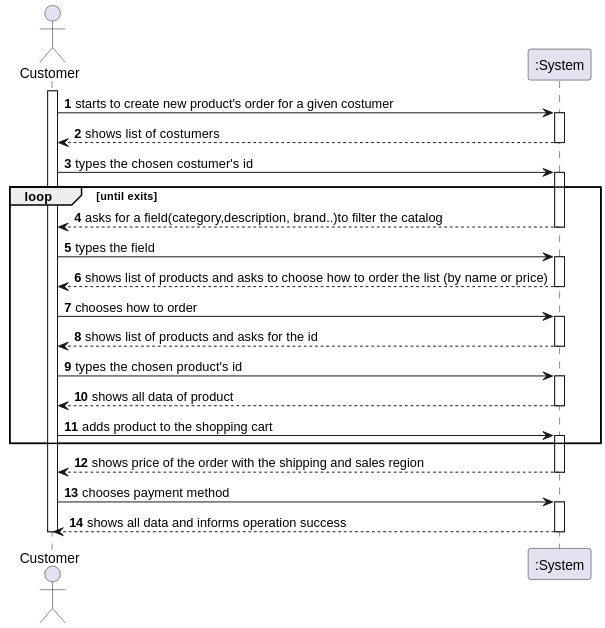
The PlantUML diagram docs/Sprint3/US1501/US1501_SSD.svg in marttuga/LAPR4-SmartSystems, before a commit.
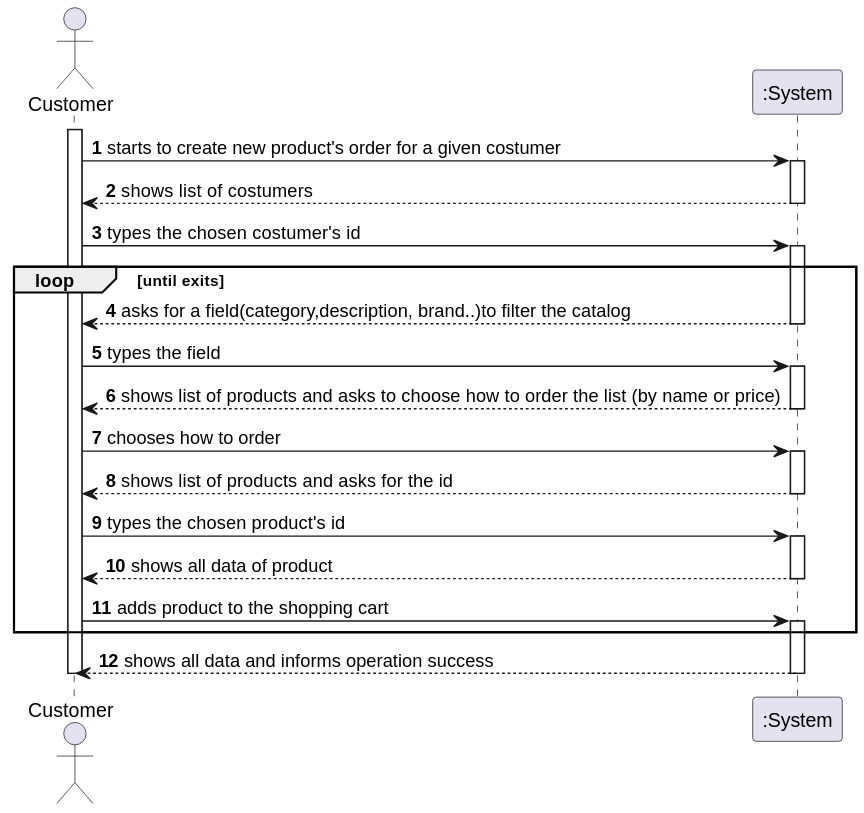
The same diagram one commit later.

What changed in the source:
```diff
@@ -39,11 +39,6 @@
 activate ":System"
 end loop;
 
-":System" --> C : shows price of the order with the shipping and sales region
-
-deactivate ":System"
-C -> ":System" : chooses payment method
-activate ":System"
 
 ":System" --> C :shows all data and informs operation success
 
```
